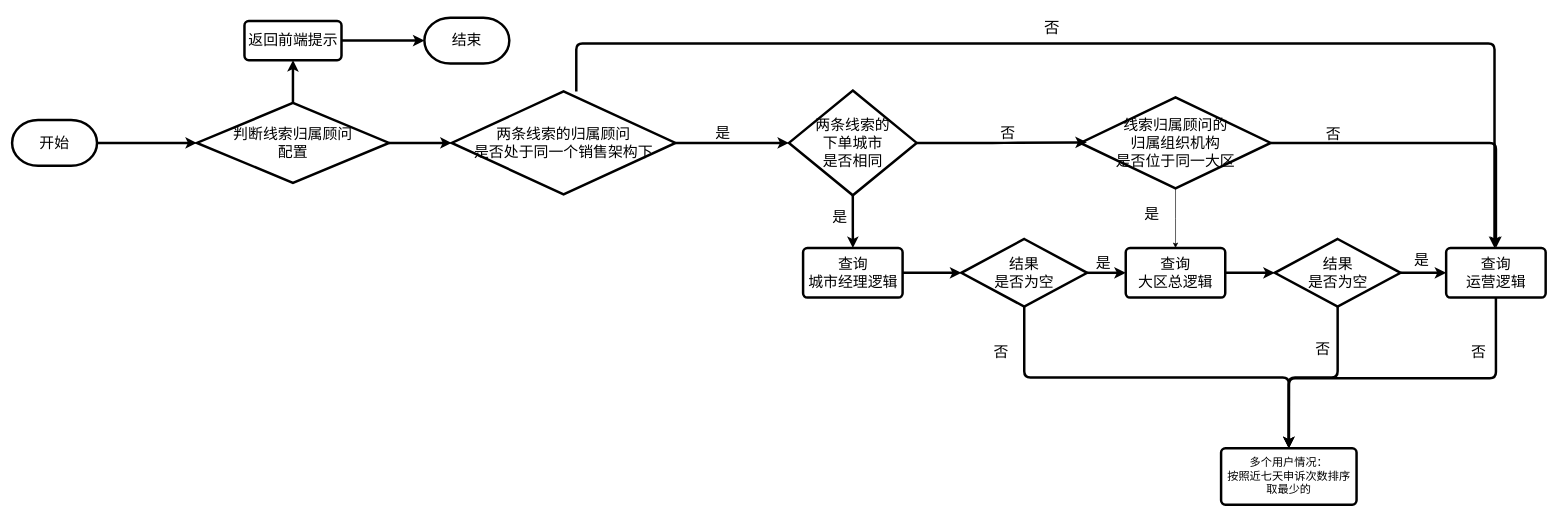
This is 查找审批人.drawio from anze1314/picture, a draw.io file, before an edit. Source tidied: cells renumbered, new cells numbered last; positions are measured from the earlier drawing's top-left corner, leaving out a move shared by most shapes. Both pictures are drawn from the tidied source at 62%, with x=0, y=0 at pixel (12, 11).
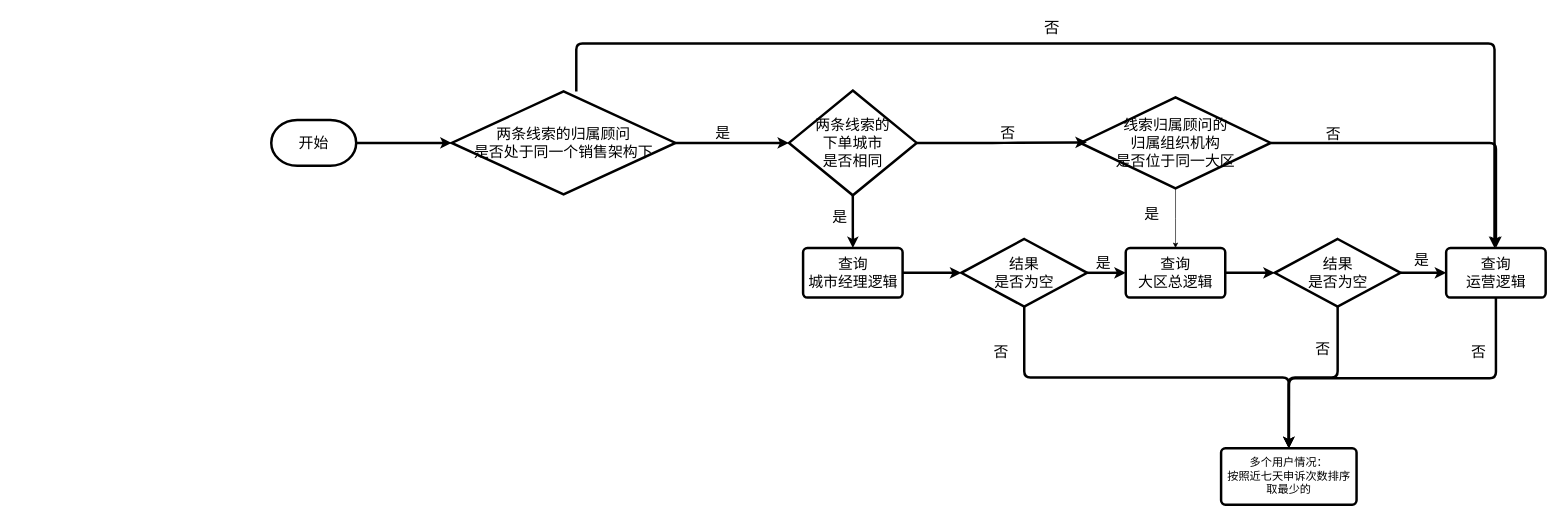
The same diagram, later.

Commit message (it also covers changes not shown here):
更新查找审批人.drawio

Unchanged cells that the change refers to:
```xml
<mxCell id="10" value="&lt;font style=&quot;font-size: 24px;&quot;&gt;两条线索的归属顾问&lt;br style=&quot;font-size: 24px;&quot;&gt;是否处于同一个销售架构下&lt;/font&gt;" style="strokeWidth=4;html=1;shape=mxgraph.flowchart.decision;whiteSpace=wrap;labelBackgroundColor=none;fontSize=24;" parent="1" vertex="1">
  <mxGeometry x="709" y="130" width="361" height="166" as="geometry" />
</mxCell>
```

What changed in the source:
```diff
@@
-    <mxCell id="2" style="edgeStyle=orthogonalEdgeStyle;rounded=1;jettySize=auto;html=1;exitX=1;exitY=0.5;exitDx=0;exitDy=0;exitPerimeter=0;curved=0;strokeWidth=4;" parent="1" edge="1" source="3" target="5">
+    <mxCell id="2" style="edgeStyle=orthogonalEdgeStyle;rounded=1;jettySize=auto;html=1;exitX=1;exitY=0.5;exitDx=0;exitDy=0;exitPerimeter=0;curved=0;strokeWidth=4;entryX=0;entryY=0.5;entryDx=0;entryDy=0;entryPerimeter=0;" parent="1" edge="1" source="3" target="10">
       <mxGeometry relative="1" as="geometry" />
     </mxCell>
     <mxCell id="3" value="&lt;font style=&quot;font-size: 24px;&quot;&gt;开始&lt;/font&gt;" style="strokeWidth=4;html=1;shape=mxgraph.flowchart.terminator;whiteSpace=wrap;labelBackgroundColor=none;" parent="1" vertex="1">
-      <mxGeometry y="176" width="137" height="74" as="geometry" />
+      <mxGeometry x="418" y="176" width="137" height="74" as="geometry" />
     </mxCell>
-    <mxCell id="4" style="edgeStyle=orthogonalEdgeStyle;rounded=1;jettySize=auto;html=1;exitX=0.5;exitY=0;exitDx=0;exitDy=0;exitPerimeter=0;entryX=0.5;entryY=1;entryDx=0;entryDy=0;curved=0;strokeWidth=4;" parent="1" edge="1" source="5" target="7">
-      <mxGeometry relative="1" as="geometry" />
-    </mxCell>
-    <mxCell id="5" value="&lt;font style=&quot;font-size: 24px;&quot;&gt;判断线索归属顾问&lt;/font&gt;&lt;div style=&quot;font-size: 24px;&quot;&gt;&lt;font style=&quot;font-size: 24px;&quot;&gt;配置&lt;/font&gt;&lt;/div&gt;" style="strokeWidth=4;html=1;shape=mxgraph.flowchart.decision;whiteSpace=wrap;labelBackgroundColor=none;" parent="1" vertex="1">
-      <mxGeometry x="298" y="148.5" width="310" height="129" as="geometry" />
-    </mxCell>
-    <mxCell id="6" style="edgeStyle=orthogonalEdgeStyle;rounded=1;jettySize=auto;html=1;exitX=1;exitY=0.5;exitDx=0;exitDy=0;curved=0;strokeWidth=4;" parent="1" edge="1" source="7" target="8">
-      <mxGeometry relative="1" as="geometry" />
-    </mxCell>
-    <mxCell id="7" value="&lt;font style=&quot;font-size: 24px;&quot;&gt;返回前端提示&lt;/font&gt;" style="rounded=1;whiteSpace=wrap;html=1;absoluteArcSize=1;arcSize=14;strokeWidth=4;labelBackgroundColor=none;fontSize=24;" parent="1" vertex="1">
-      <mxGeometry x="374.8" y="16.5" width="156.5" height="63" as="geometry" />
-    </mxCell>
-    <mxCell id="8" value="&lt;font style=&quot;font-size: 24px;&quot;&gt;结束&lt;/font&gt;" style="strokeWidth=4;html=1;shape=mxgraph.flowchart.terminator;whiteSpace=wrap;labelBackgroundColor=none;" parent="1" vertex="1">
-      <mxGeometry x="665" y="11" width="137" height="74" as="geometry" />
-    </mxCell>
@@
-    <mxCell id="22" style="edgeStyle=orthogonalEdgeStyle;rounded=1;jettySize=auto;html=1;exitX=1;exitY=0.5;exitDx=0;exitDy=0;exitPerimeter=0;entryX=0;entryY=0.5;entryDx=0;entryDy=0;entryPerimeter=0;curved=0;strokeWidth=4;" parent="1" edge="1" source="5" target="10">
-      <mxGeometry relative="1" as="geometry" />
-    </mxCell>
```
